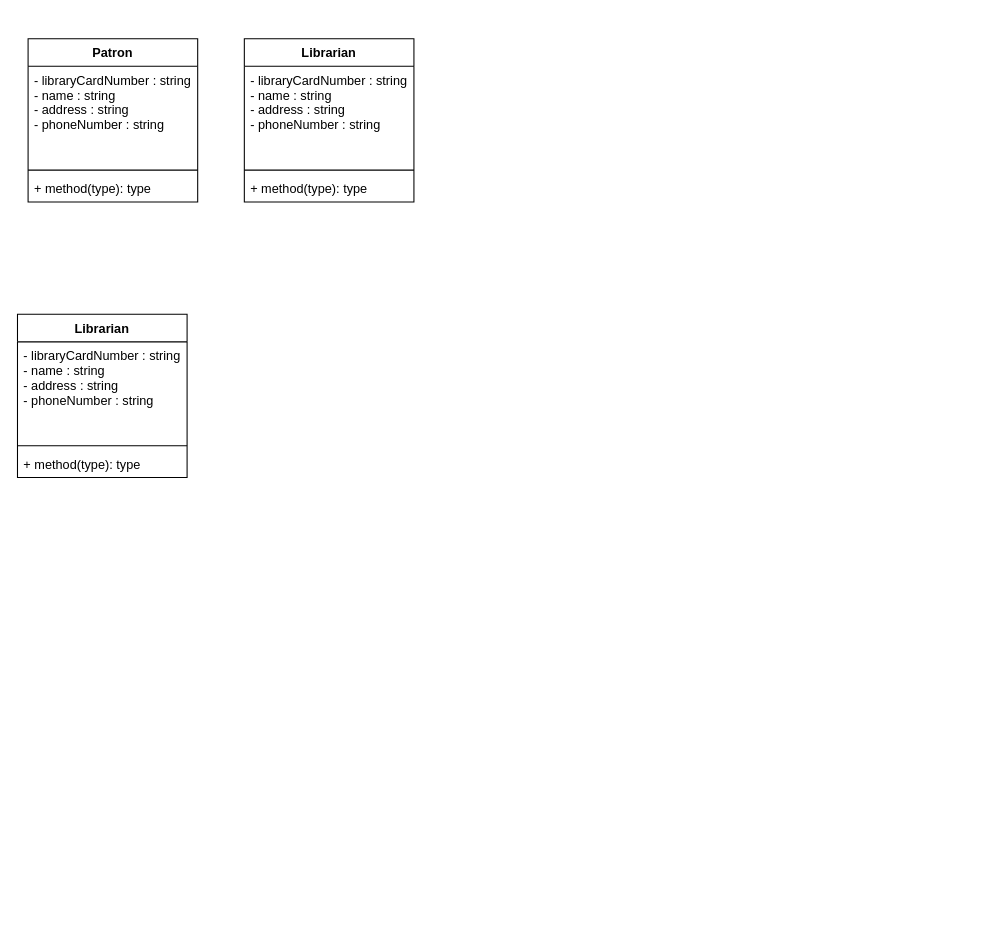
Before: ooa/library.drawio in code0monkey1/init-software-architecture-and-design, a draw.io diagram. Source tidied: cells renumbered, new cells numbered last; positions are measured from the earlier drawing's top-left corner, leaving out a move shared by most shapes. Both pictures are drawn from the tidied source at 106%, with x=0, y=0 at pixel (17, 38).
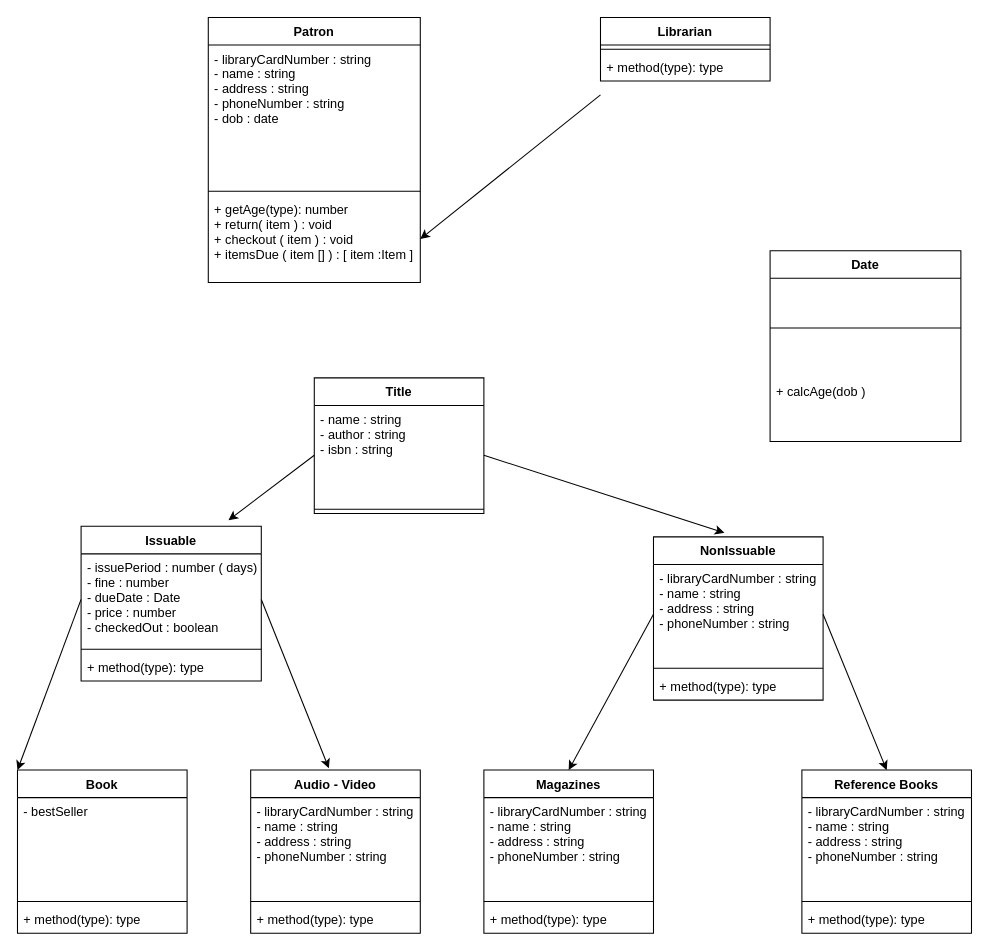
Above is the later version.

Diff of the diagram source:
```diff
@@
     <mxCell id="2" value="Patron" style="swimlane;fontStyle=1;align=center;verticalAlign=top;horizontal=1;startSize=26;" parent="1" vertex="1">
-      <mxGeometry x="10" width="160" height="154" as="geometry" />
+      <mxGeometry x="180" y="-20" width="200" height="250" as="geometry" />
     </mxCell>
-    <mxCell id="3" value="- libraryCardNumber : string&#10;- name : string&#10;- address : string&#10;- phoneNumber : string&#10;" style="text;strokeColor=none;fillColor=none;align=left;verticalAlign=top;spacingLeft=4;spacingRight=4;overflow=hidden;" parent="2" vertex="1">
-      <mxGeometry y="26" width="160" height="94" as="geometry" />
+    <mxCell id="3" value="- libraryCardNumber : string&#10;- name : string&#10;- address : string&#10;- phoneNumber : string&#10;- dob : date&#10;" style="text;strokeColor=none;fillColor=none;align=left;verticalAlign=top;spacingLeft=4;spacingRight=4;overflow=hidden;" parent="2" vertex="1">
+      <mxGeometry y="26" width="200" height="134" as="geometry" />
     </mxCell>
     <mxCell id="4" style="line;strokeWidth=1;fillColor=none;align=left;verticalAlign=middle;spacingTop=-1;spacingLeft=3;spacingRight=3;labelPosition=right;strokeColor=inherit;" parent="2" vertex="1">
-      <mxGeometry y="120" width="160" height="8" as="geometry" />
+      <mxGeometry y="160" width="200" height="8" as="geometry" />
     </mxCell>
-    <mxCell id="5" value="+ method(type): type" style="text;strokeColor=none;fillColor=none;align=left;verticalAlign=top;spacingLeft=4;spacingRight=4;overflow=hidden;points=[[0,0.5],[1,0.5]];portConstraint=eastwest;" parent="2" vertex="1">
-      <mxGeometry y="128" width="160" height="26" as="geometry" />
+    <mxCell id="5" value="+ getAge(type): number&#10;+ return( item ) : void&#10;+ checkout ( item ) : void&#10;+ itemsDue ( item [] ) : [ item :Item ]&#10;" style="text;strokeColor=none;fillColor=none;align=left;verticalAlign=top;spacingLeft=4;spacingRight=4;overflow=hidden;points=[[0,0.5],[1,0.5]];portConstraint=eastwest;" parent="2" vertex="1">
+      <mxGeometry y="168" width="200" height="82" as="geometry" />
     </mxCell>
     <mxCell id="6" value="Librarian" style="swimlane;fontStyle=1;align=center;verticalAlign=top;horizontal=1;startSize=26;" parent="1" vertex="1">
-      <mxGeometry x="214" width="160" height="154" as="geometry" />
+      <mxGeometry x="550" y="-20" width="160" height="60" as="geometry" />
     </mxCell>
-    <mxCell id="7" value="- libraryCardNumber : string&#10;- name : string&#10;- address : string&#10;- phoneNumber : string&#10;" style="text;strokeColor=none;fillColor=none;align=left;verticalAlign=top;spacingLeft=4;spacingRight=4;overflow=hidden;" parent="6" vertex="1">
-      <mxGeometry y="26" width="160" height="94" as="geometry" />
-    </mxCell>
     <mxCell id="8" style="line;strokeWidth=1;fillColor=none;align=left;verticalAlign=middle;spacingTop=-1;spacingLeft=3;spacingRight=3;labelPosition=right;strokeColor=inherit;" parent="6" vertex="1">
-      <mxGeometry y="120" width="160" height="8" as="geometry" />
+      <mxGeometry y="26" width="160" height="8" as="geometry" />
     </mxCell>
     <mxCell id="9" value="+ method(type): type" style="text;strokeColor=none;fillColor=none;align=left;verticalAlign=top;spacingLeft=4;spacingRight=4;overflow=hidden;" parent="6" vertex="1">
-      <mxGeometry y="128" width="160" height="26" as="geometry" />
+      <mxGeometry y="34" width="160" height="26" as="geometry" />
     </mxCell>
-    <mxCell id="10" value="Librarian" style="swimlane;fontStyle=1;align=center;verticalAlign=top;horizontal=1;startSize=26;" parent="1" vertex="1">
-      <mxGeometry y="260" width="160" height="154" as="geometry" />
+    <mxCell id="10" value="Book" style="swimlane;fontStyle=1;align=center;verticalAlign=top;horizontal=1;startSize=26;" parent="1" vertex="1">
+      <mxGeometry y="690" width="160" height="154" as="geometry" />
     </mxCell>
-    <mxCell id="11" value="- libraryCardNumber : string&#10;- name : string&#10;- address : string&#10;- phoneNumber : string&#10;" style="text;strokeColor=none;fillColor=none;align=left;verticalAlign=top;spacingLeft=4;spacingRight=4;overflow=hidden;" parent="10" vertex="1">
+    <mxCell id="11" value="- bestSeller" style="text;strokeColor=none;fillColor=none;align=left;verticalAlign=top;spacingLeft=4;spacingRight=4;overflow=hidden;" parent="10" vertex="1">
       <mxGeometry y="26" width="160" height="94" as="geometry" />
     </mxCell>
@@
+    <mxCell id="14" value="Date" style="swimlane;fontStyle=1;align=center;verticalAlign=top;horizontal=1;startSize=26;" parent="1" vertex="1">
+      <mxGeometry x="710" y="200" width="180" height="180" as="geometry" />
+    </mxCell>
+    <mxCell id="15" style="line;strokeWidth=1;fillColor=none;align=left;verticalAlign=middle;spacingTop=-1;spacingLeft=3;spacingRight=3;labelPosition=right;strokeColor=inherit;" parent="14" vertex="1">
+      <mxGeometry y="26" width="180" height="94" as="geometry" />
+    </mxCell>
+    <mxCell id="16" value="+ calcAge(dob )" style="text;strokeColor=none;fillColor=none;align=left;verticalAlign=top;spacingLeft=4;spacingRight=4;overflow=hidden;" parent="14" vertex="1">
+      <mxGeometry y="120" width="180" height="60" as="geometry" />
+    </mxCell>
+    <mxCell id="17" style="edgeStyle=none;html=1;exitX=0;exitY=0.5;exitDx=0;exitDy=0;entryX=1;entryY=0.5;entryDx=0;entryDy=0;" parent="1" edge="1" target="5">
+      <mxGeometry relative="1" as="geometry">
+        <mxPoint x="550" y="53" as="sourcePoint" />
+      </mxGeometry>
+    </mxCell>
+    <mxCell id="18" value="Title" style="swimlane;fontStyle=1;align=center;verticalAlign=top;horizontal=1;startSize=26;" parent="1" vertex="1">
+      <mxGeometry x="280" y="320" width="160" height="128" as="geometry" />
+    </mxCell>
+    <mxCell id="19" value="- name : string &#10;- author : string&#10;- isbn : string" style="text;strokeColor=none;fillColor=none;align=left;verticalAlign=top;spacingLeft=4;spacingRight=4;overflow=hidden;points=[[0,0.5],[1,0.5]];portConstraint=eastwest;" parent="18" vertex="1">
+      <mxGeometry y="26" width="160" height="94" as="geometry" />
+    </mxCell>
+    <mxCell id="20" style="line;strokeWidth=1;fillColor=none;align=left;verticalAlign=middle;spacingTop=-1;spacingLeft=3;spacingRight=3;labelPosition=right;strokeColor=inherit;" parent="18" vertex="1">
+      <mxGeometry y="120" width="160" height="8" as="geometry" />
+    </mxCell>
+    <mxCell id="21" value="Issuable" style="swimlane;fontStyle=1;align=center;verticalAlign=top;horizontal=1;startSize=26;" parent="1" vertex="1">
+      <mxGeometry x="60" y="460" width="170" height="146" as="geometry" />
+    </mxCell>
+    <mxCell id="22" value="- issuePeriod : number ( days)&#10;- fine : number&#10;- dueDate : Date&#10;- price : number &#10;- checkedOut : boolean" style="text;strokeColor=none;fillColor=none;align=left;verticalAlign=top;spacingLeft=4;spacingRight=4;overflow=hidden;points=[[0,0.5],[1,0.5]];portConstraint=eastwest;" parent="21" vertex="1">
+      <mxGeometry y="26" width="170" height="86" as="geometry" />
+    </mxCell>
+    <mxCell id="23" style="line;strokeWidth=1;fillColor=none;align=left;verticalAlign=middle;spacingTop=-1;spacingLeft=3;spacingRight=3;labelPosition=right;strokeColor=inherit;" parent="21" vertex="1">
+      <mxGeometry y="112" width="170" height="8" as="geometry" />
+    </mxCell>
+    <mxCell id="24" value="+ method(type): type" style="text;strokeColor=none;fillColor=none;align=left;verticalAlign=top;spacingLeft=4;spacingRight=4;overflow=hidden;" parent="21" vertex="1">
+      <mxGeometry y="120" width="170" height="26" as="geometry" />
+    </mxCell>
+    <mxCell id="25" value="NonIssuable" style="swimlane;fontStyle=1;align=center;verticalAlign=top;horizontal=1;startSize=26;" parent="1" vertex="1">
+      <mxGeometry x="600" y="470" width="160" height="154" as="geometry" />
+    </mxCell>
+    <mxCell id="26" value="- libraryCardNumber : string&#10;- name : string&#10;- address : string&#10;- phoneNumber : string&#10;" style="text;strokeColor=none;fillColor=none;align=left;verticalAlign=top;spacingLeft=4;spacingRight=4;overflow=hidden;points=[[0,0.5],[1,0.5]];portConstraint=eastwest;" parent="25" vertex="1">
+      <mxGeometry y="26" width="160" height="94" as="geometry" />
+    </mxCell>
+    <mxCell id="27" style="line;strokeWidth=1;fillColor=none;align=left;verticalAlign=middle;spacingTop=-1;spacingLeft=3;spacingRight=3;labelPosition=right;strokeColor=inherit;" parent="25" vertex="1">
+      <mxGeometry y="120" width="160" height="8" as="geometry" />
+    </mxCell>
+    <mxCell id="28" value="+ method(type): type" style="text;strokeColor=none;fillColor=none;align=left;verticalAlign=top;spacingLeft=4;spacingRight=4;overflow=hidden;" parent="25" vertex="1">
+      <mxGeometry y="128" width="160" height="26" as="geometry" />
+    </mxCell>
+    <mxCell id="29" style="edgeStyle=none;html=1;exitX=0;exitY=0.5;exitDx=0;exitDy=0;entryX=0.818;entryY=-0.039;entryDx=0;entryDy=0;entryPerimeter=0;" parent="1" edge="1" source="19" target="21">
+      <mxGeometry relative="1" as="geometry" />
+    </mxCell>
+    <mxCell id="30" style="edgeStyle=none;html=1;exitX=1;exitY=0.5;exitDx=0;exitDy=0;entryX=0.418;entryY=-0.025;entryDx=0;entryDy=0;entryPerimeter=0;" parent="1" edge="1" source="19" target="25">
+      <mxGeometry relative="1" as="geometry" />
+    </mxCell>
+    <mxCell id="31" style="edgeStyle=none;html=1;exitX=0;exitY=0.5;exitDx=0;exitDy=0;entryX=0;entryY=0;entryDx=0;entryDy=0;" parent="1" edge="1" source="22" target="10">
+      <mxGeometry relative="1" as="geometry" />
+    </mxCell>
+    <mxCell id="32" value="Audio - Video" style="swimlane;fontStyle=1;align=center;verticalAlign=top;horizontal=1;startSize=26;" parent="1" vertex="1">
+      <mxGeometry x="220" y="690" width="160" height="154" as="geometry" />
+    </mxCell>
+    <mxCell id="33" value="- libraryCardNumber : string&#10;- name : string&#10;- address : string&#10;- phoneNumber : string&#10;" style="text;strokeColor=none;fillColor=none;align=left;verticalAlign=top;spacingLeft=4;spacingRight=4;overflow=hidden;" parent="32" vertex="1">
+      <mxGeometry y="26" width="160" height="94" as="geometry" />
+    </mxCell>
+    <mxCell id="34" style="line;strokeWidth=1;fillColor=none;align=left;verticalAlign=middle;spacingTop=-1;spacingLeft=3;spacingRight=3;labelPosition=right;strokeColor=inherit;" parent="32" vertex="1">
+      <mxGeometry y="120" width="160" height="8" as="geometry" />
+    </mxCell>
+    <mxCell id="35" value="+ method(type): type" style="text;strokeColor=none;fillColor=none;align=left;verticalAlign=top;spacingLeft=4;spacingRight=4;overflow=hidden;" parent="32" vertex="1">
+      <mxGeometry y="128" width="160" height="26" as="geometry" />
+    </mxCell>
+    <mxCell id="36" style="edgeStyle=none;html=1;exitX=1;exitY=0.5;exitDx=0;exitDy=0;entryX=0.461;entryY=-0.011;entryDx=0;entryDy=0;entryPerimeter=0;" parent="1" edge="1" source="22" target="32">
+      <mxGeometry relative="1" as="geometry" />
+    </mxCell>
+    <mxCell id="37" value="Reference Books" style="swimlane;fontStyle=1;align=center;verticalAlign=top;horizontal=1;startSize=26;" parent="1" vertex="1">
+      <mxGeometry x="740" y="690" width="160" height="154" as="geometry" />
+    </mxCell>
+    <mxCell id="38" value="- libraryCardNumber : string&#10;- name : string&#10;- address : string&#10;- phoneNumber : string&#10;" style="text;strokeColor=none;fillColor=none;align=left;verticalAlign=top;spacingLeft=4;spacingRight=4;overflow=hidden;" parent="37" vertex="1">
+      <mxGeometry y="26" width="160" height="94" as="geometry" />
+    </mxCell>
+    <mxCell id="39" style="line;strokeWidth=1;fillColor=none;align=left;verticalAlign=middle;spacingTop=-1;spacingLeft=3;spacingRight=3;labelPosition=right;strokeColor=inherit;" parent="37" vertex="1">
+      <mxGeometry y="120" width="160" height="8" as="geometry" />
+    </mxCell>
+    <mxCell id="40" value="+ method(type): type" style="text;strokeColor=none;fillColor=none;align=left;verticalAlign=top;spacingLeft=4;spacingRight=4;overflow=hidden;" parent="37" vertex="1">
+      <mxGeometry y="128" width="160" height="26" as="geometry" />
+    </mxCell>
+    <mxCell id="41" value="Magazines" style="swimlane;fontStyle=1;align=center;verticalAlign=top;horizontal=1;startSize=26;" parent="1" vertex="1">
+      <mxGeometry x="440" y="690" width="160" height="154" as="geometry" />
+    </mxCell>
+    <mxCell id="42" value="- libraryCardNumber : string&#10;- name : string&#10;- address : string&#10;- phoneNumber : string&#10;" style="text;strokeColor=none;fillColor=none;align=left;verticalAlign=top;spacingLeft=4;spacingRight=4;overflow=hidden;" parent="41" vertex="1">
+      <mxGeometry y="26" width="160" height="94" as="geometry" />
+    </mxCell>
+    <mxCell id="43" style="line;strokeWidth=1;fillColor=none;align=left;verticalAlign=middle;spacingTop=-1;spacingLeft=3;spacingRight=3;labelPosition=right;strokeColor=inherit;" parent="41" vertex="1">
+      <mxGeometry y="120" width="160" height="8" as="geometry" />
+    </mxCell>
+    <mxCell id="44" value="+ method(type): type" style="text;strokeColor=none;fillColor=none;align=left;verticalAlign=top;spacingLeft=4;spacingRight=4;overflow=hidden;" parent="41" vertex="1">
+      <mxGeometry y="128" width="160" height="26" as="geometry" />
+    </mxCell>
+    <mxCell id="45" style="edgeStyle=none;html=1;exitX=0;exitY=0.5;exitDx=0;exitDy=0;entryX=0.5;entryY=0;entryDx=0;entryDy=0;" parent="1" edge="1" source="26" target="41">
+      <mxGeometry relative="1" as="geometry" />
+    </mxCell>
+    <mxCell id="46" style="edgeStyle=none;html=1;exitX=1;exitY=0.5;exitDx=0;exitDy=0;entryX=0.5;entryY=0;entryDx=0;entryDy=0;" parent="1" edge="1" source="26" target="37">
+      <mxGeometry relative="1" as="geometry" />
+    </mxCell>
```
